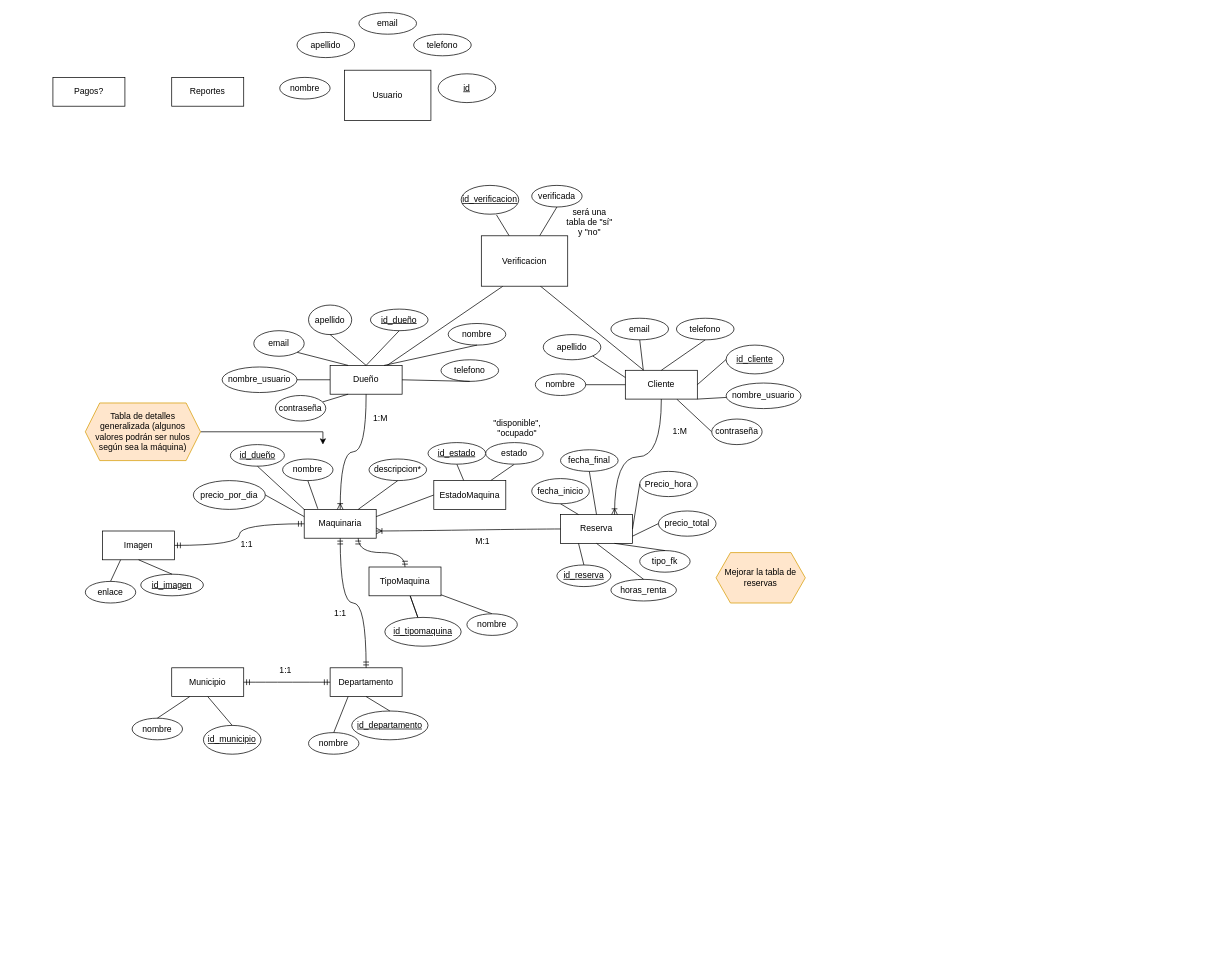
The draw.io diagram Borrador DiagramaER.drawio in JeanPicado/RepositorioPandas, before the edit. Source tidied: cells renumbered, new cells numbered last; positions are measured from the earlier drawing's top-left corner, leaving out a move shared by most shapes. Both pictures are drawn from the tidied source at 72%, with x=0, y=0 at pixel (53, 12).
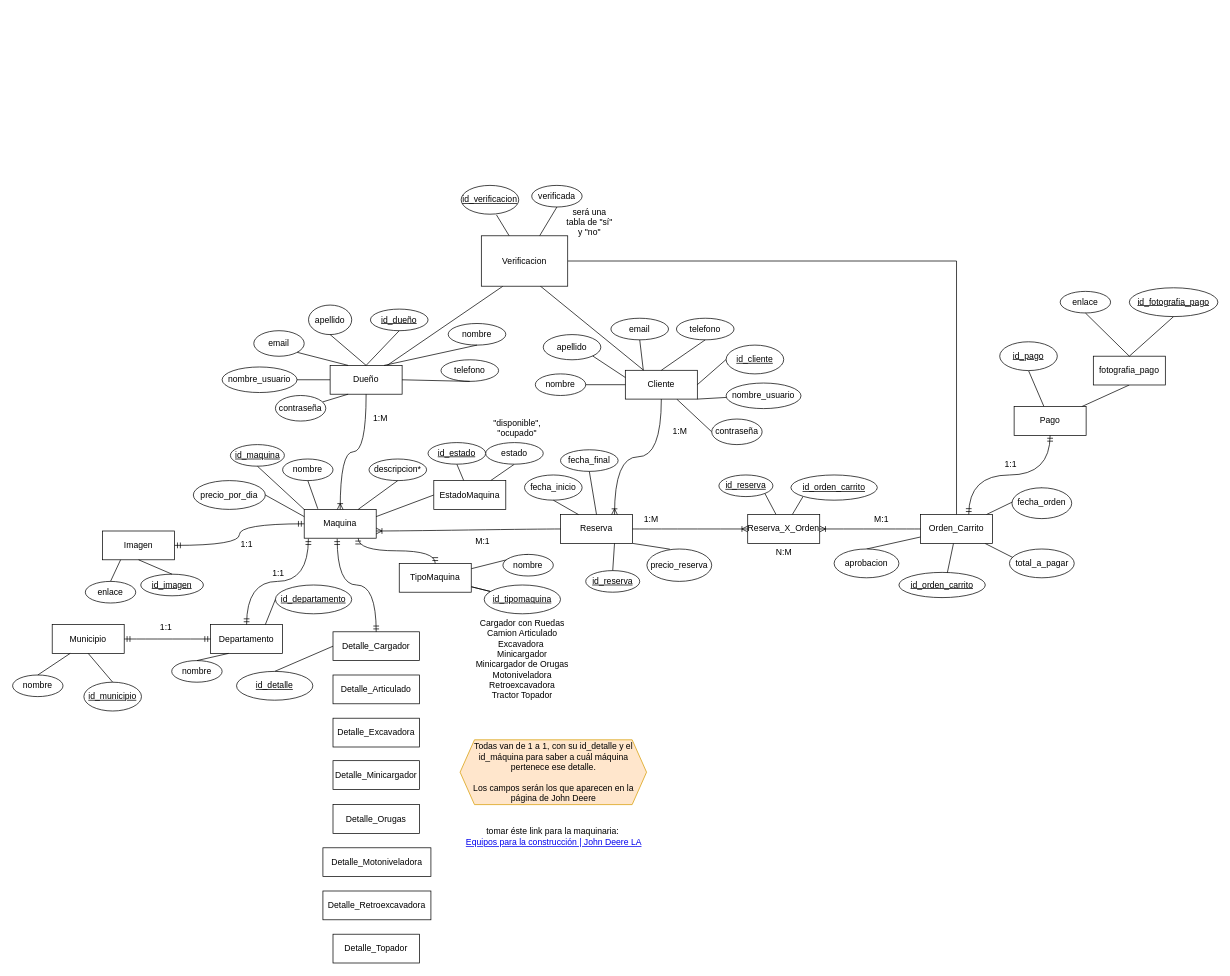
After the change.

Commit message:
Diagrama BD 1.0 Completo

Unchanged cells that the change refers to:
```xml
<mxCell id="11" value="Reserva" style="whiteSpace=wrap;html=1;align=center;" parent="1" vertex="1">
  <mxGeometry x="705" y="697.2" width="100" height="40" as="geometry" />
</mxCell>
<mxCell id="99" value="Verificacion" style="whiteSpace=wrap;html=1;align=center;" parent="1" vertex="1">
  <mxGeometry x="595" y="310" width="120" height="70" as="geometry" />
</mxCell>
```

What changed in the source:
```diff
@@
-    <mxCell id="8" value="Maquinaria" style="whiteSpace=wrap;html=1;align=center;" parent="1" vertex="1">
+    <mxCell id="8" value="Maquina" style="whiteSpace=wrap;html=1;align=center;" parent="1" vertex="1">
       <mxGeometry x="349" y="690" width="100" height="40" as="geometry" />
     </mxCell>
     <mxCell id="9" value="Municipio" style="whiteSpace=wrap;html=1;align=center;" parent="1" vertex="1">
-      <mxGeometry x="165" y="910" width="100" height="40" as="geometry" />
+      <mxGeometry x="-1" y="850" width="100" height="40" as="geometry" />
     </mxCell>
@@
-    <mxCell id="12" value="Reportes" style="whiteSpace=wrap;html=1;align=center;" parent="1" vertex="1">
-      <mxGeometry x="165" y="90" width="100" height="40" as="geometry" />
-    </mxCell>
@@
-    <mxCell id="24" value="Usuario" style="whiteSpace=wrap;html=1;align=center;" parent="1" vertex="1">
-      <mxGeometry x="405" y="80" width="120" height="70" as="geometry" />
-    </mxCell>
-    <mxCell id="25" value="id_dueño" style="ellipse;whiteSpace=wrap;html=1;align=center;fontStyle=4;" parent="1" vertex="1">
+    <mxCell id="25" value="id_maquina" style="ellipse;whiteSpace=wrap;html=1;align=center;fontStyle=4;" parent="1" vertex="1">
       <mxGeometry x="246.5" y="600" width="75" height="30" as="geometry" />
     </mxCell>
-    <mxCell id="26" value="nombre" style="ellipse;whiteSpace=wrap;html=1;align=center;" parent="1" vertex="1">
-      <mxGeometry x="315" y="90" width="70" height="30" as="geometry" />
-    </mxCell>
-    <mxCell id="27" value="apellido" style="ellipse;whiteSpace=wrap;html=1;align=center;" parent="1" vertex="1">
-      <mxGeometry x="339" y="27.5" width="80" height="35" as="geometry" />
-    </mxCell>
-    <mxCell id="28" value="email" style="ellipse;whiteSpace=wrap;html=1;align=center;" parent="1" vertex="1">
-      <mxGeometry x="425" width="80" height="30" as="geometry" />
-    </mxCell>
-    <mxCell id="29" value="telefono" style="ellipse;whiteSpace=wrap;html=1;align=center;" parent="1" vertex="1">
-      <mxGeometry x="501" y="30" width="80" height="30" as="geometry" />
-    </mxCell>
-    <mxCell id="30" value="id" style="ellipse;whiteSpace=wrap;html=1;align=center;fontStyle=4;" parent="1" vertex="1">
-      <mxGeometry x="535" y="85" width="80" height="40" as="geometry" />
-    </mxCell>
@@
     <mxCell id="33" value="nombre" style="ellipse;whiteSpace=wrap;html=1;align=center;" parent="1" vertex="1">
-      <mxGeometry x="110" y="980" width="70" height="30" as="geometry" />
+      <mxGeometry x="-56" y="920" width="70" height="30" as="geometry" />
     </mxCell>
     <mxCell id="34" value="id_municipio" style="ellipse;whiteSpace=wrap;html=1;align=center;fontStyle=4;" parent="1" vertex="1">
-      <mxGeometry x="209" y="990" width="80" height="40" as="geometry" />
+      <mxGeometry x="43" y="930" width="80" height="40" as="geometry" />
     </mxCell>
     <mxCell id="35" value="Departamento" style="whiteSpace=wrap;html=1;align=center;" parent="1" vertex="1">
-      <mxGeometry x="385" y="910" width="100" height="40" as="geometry" />
+      <mxGeometry x="219" y="850" width="100" height="40" as="geometry" />
     </mxCell>
     <mxCell id="36" value="nombre" style="ellipse;whiteSpace=wrap;html=1;align=center;" parent="1" vertex="1">
-      <mxGeometry x="355" y="1000" width="70" height="30" as="geometry" />
+      <mxGeometry x="165" y="900" width="70" height="30" as="geometry" />
     </mxCell>
     <mxCell id="37" value="id_departamento" style="ellipse;whiteSpace=wrap;html=1;align=center;fontStyle=4;" parent="1" vertex="1">
-      <mxGeometry x="415" y="970" width="106" height="40" as="geometry" />
+      <mxGeometry x="309" y="795" width="106" height="40" as="geometry" />
     </mxCell>
-    <mxCell id="38" value="horas_renta" style="ellipse;whiteSpace=wrap;html=1;align=center;" parent="1" vertex="1">
-      <mxGeometry x="775" y="787.2" width="91" height="30" as="geometry" />
-    </mxCell>
     <mxCell id="39" value="id_reserva" style="ellipse;whiteSpace=wrap;html=1;align=center;fontStyle=4;" parent="1" vertex="1">
-      <mxGeometry x="700" y="767.2" width="75" height="30" as="geometry" />
+      <mxGeometry x="740" y="775" width="75" height="30" as="geometry" />
     </mxCell>
     <mxCell id="40" value="fecha_inicio" style="ellipse;whiteSpace=wrap;html=1;align=center;" parent="1" vertex="1">
-      <mxGeometry x="665" y="647.2" width="80" height="35" as="geometry" />
+      <mxGeometry x="655" y="642.2" width="80" height="35" as="geometry" />
     </mxCell>
@@
-    <mxCell id="42" value="Precio_hora" style="ellipse;whiteSpace=wrap;html=1;align=center;" parent="1" vertex="1">
-      <mxGeometry x="815" y="637.2" width="80" height="35" as="geometry" />
-    </mxCell>
-    <mxCell id="43" value="tipo_fk" style="ellipse;whiteSpace=wrap;html=1;align=center;" parent="1" vertex="1">
-      <mxGeometry x="815" y="747.2" width="70" height="30" as="geometry" />
-    </mxCell>
-    <mxCell id="44" style="edgeStyle=orthogonalEdgeStyle;rounded=0;orthogonalLoop=1;jettySize=auto;html=1;exitX=0.5;exitY=1;exitDx=0;exitDy=0;" parent="1" edge="1" source="42" target="42">
-      <mxGeometry relative="1" as="geometry" />
+    <mxCell id="44" style="edgeStyle=orthogonalEdgeStyle;rounded=0;orthogonalLoop=1;jettySize=auto;html=1;exitX=0.5;exitY=1;exitDx=0;exitDy=0;" parent="1" edge="1">
+      <mxGeometry relative="1" as="geometry">
+        <mxPoint x="859" y="688.6" as="sourcePoint" />
+        <mxPoint x="859" y="688.6" as="targetPoint" />
+      </mxGeometry>
     </mxCell>
-    <mxCell id="45" value="precio_total" style="ellipse;whiteSpace=wrap;html=1;align=center;" parent="1" vertex="1">
-      <mxGeometry x="841" y="692.2" width="80" height="35" as="geometry" />
+    <mxCell id="45" value="precio_reserva" style="ellipse;whiteSpace=wrap;html=1;align=center;" parent="1" vertex="1">
+      <mxGeometry x="825" y="745" width="90" height="45" as="geometry" />
     </mxCell>
@@
-    <mxCell id="66" style="endArrow=none;html=1;rounded=0;exitX=1;exitY=0.5;exitDx=0;exitDy=0;entryX=0;entryY=0.5;entryDx=0;entryDy=0;" parent="1" edge="1" source="11" target="42">
-      <mxGeometry relative="1" as="geometry" />
-    </mxCell>
-    <mxCell id="67" style="endArrow=none;html=1;rounded=0;exitX=1;exitY=0.75;exitDx=0;exitDy=0;entryX=0;entryY=0.5;entryDx=0;entryDy=0;" parent="1" edge="1" source="11" target="45">
+    <mxCell id="67" style="endArrow=none;html=1;rounded=0;exitX=1;exitY=1;exitDx=0;exitDy=0;entryX=0.354;entryY=0.005;entryDx=0;entryDy=0;entryPerimeter=0;" parent="1" edge="1" source="11" target="45">
       <mxGeometry relative="1" as="geometry" />
     </mxCell>
-    <mxCell id="68" style="endArrow=none;html=1;rounded=0;exitX=0.75;exitY=1;exitDx=0;exitDy=0;entryX=0.5;entryY=0;entryDx=0;entryDy=0;" parent="1" edge="1" source="11" target="43">
-      <mxGeometry relative="1" as="geometry" />
-    </mxCell>
-    <mxCell id="69" style="endArrow=none;html=1;rounded=0;exitX=0.5;exitY=1;exitDx=0;exitDy=0;entryX=0.5;entryY=0;entryDx=0;entryDy=0;" parent="1" edge="1" source="11" target="38">
-      <mxGeometry relative="1" as="geometry" />
-    </mxCell>
-    <mxCell id="70" style="endArrow=none;html=1;rounded=0;exitX=0.25;exitY=1;exitDx=0;exitDy=0;entryX=0.5;entryY=0;entryDx=0;entryDy=0;" parent="1" edge="1" source="11" target="39">
+    <mxCell id="70" style="endArrow=none;html=1;rounded=0;exitX=0.75;exitY=1;exitDx=0;exitDy=0;entryX=0.5;entryY=0;entryDx=0;entryDy=0;" parent="1" edge="1" source="11" target="39">
       <mxGeometry relative="1" as="geometry" />
     </mxCell>
@@
-    <mxCell id="75" style="endArrow=none;html=1;rounded=0;entryX=0.5;entryY=1;entryDx=0;entryDy=0;exitX=0.5;exitY=0;exitDx=0;exitDy=0;" parent="1" edge="1" source="37" target="35">
-      <mxGeometry relative="1" as="geometry" />
+    <mxCell id="75" style="endArrow=none;html=1;rounded=0;exitX=0;exitY=0.5;exitDx=0;exitDy=0;" parent="1" edge="1" source="37">
+      <mxGeometry relative="1" as="geometry">
+        <mxPoint x="295" y="850" as="targetPoint" />
+      </mxGeometry>
     </mxCell>
@@
-    <mxCell id="77" style="edgeStyle=orthogonalEdgeStyle;fontSize=12;html=1;endArrow=ERmandOne;startArrow=ERmandOne;rounded=0;curved=1;exitX=0.5;exitY=0;exitDx=0;exitDy=0;entryX=0.5;entryY=1;entryDx=0;entryDy=0;" parent="1" edge="1" source="35" target="8">
+    <mxCell id="77" style="edgeStyle=orthogonalEdgeStyle;fontSize=12;html=1;endArrow=ERmandOne;startArrow=ERmandOne;rounded=0;curved=1;exitX=0.5;exitY=0;exitDx=0;exitDy=0;entryX=0.058;entryY=1.018;entryDx=0;entryDy=0;entryPerimeter=0;" parent="1" edge="1" source="35" target="8">
       <mxGeometry relative="1" as="geometry" />
     </mxCell>
     <mxCell id="78" value="1:1" style="text;strokeColor=none;fillColor=none;spacingLeft=4;spacingRight=4;overflow=hidden;fontSize=12;" parent="1" vertex="1">
-      <mxGeometry x="309" y="900" width="40" height="30" as="geometry" />
+      <mxGeometry x="143" y="840" width="40" height="30" as="geometry" />
     </mxCell>
     <mxCell id="79" value="1:1" style="text;strokeColor=none;fillColor=none;spacingLeft=4;spacingRight=4;overflow=hidden;fontSize=12;" parent="1" vertex="1">
-      <mxGeometry x="385" y="820" width="40" height="30" as="geometry" />
+      <mxGeometry x="299" y="765" width="40" height="30" as="geometry" />
     </mxCell>
@@
-    <mxCell id="88" style="edgeStyle=orthogonalEdgeStyle;rounded=0;jettySize=auto;html=1;" parent="1" edge="1" source="89">
-      <mxGeometry relative="1" as="geometry">
-        <mxPoint x="375" y="600" as="targetPoint" />
-        <Array as="points">
-          <mxPoint x="375" y="582" />
-        </Array>
-      </mxGeometry>
-    </mxCell>
-    <mxCell id="89" value="Tabla de detalles generalizada (algunos valores podrán ser nulos según sea la máquina)" style="shape=hexagon;perimeter=hexagonPerimeter2;whiteSpace=wrap;html=1;fixedSize=1;fillColor=#ffe6cc;strokeColor=#d79b00;" parent="1" vertex="1">
-      <mxGeometry x="45" y="542.2" width="160" height="80" as="geometry" />
-    </mxCell>
@@
     <mxCell id="93" value="TipoMaquina" style="whiteSpace=wrap;html=1;align=center;" parent="1" vertex="1">
-      <mxGeometry x="439" y="770" width="100" height="40" as="geometry" />
+      <mxGeometry x="481" y="765" width="100" height="40" as="geometry" />
     </mxCell>
@@
     <mxCell id="95" value="id_tipomaquina" style="ellipse;whiteSpace=wrap;html=1;align=center;fontStyle=4;" parent="1" vertex="1">
-      <mxGeometry x="461" y="840" width="106" height="40" as="geometry" />
+      <mxGeometry x="599" y="795" width="106" height="40" as="geometry" />
     </mxCell>
     <mxCell id="96" value="nombre" style="ellipse;whiteSpace=wrap;html=1;align=center;" parent="1" vertex="1">
-      <mxGeometry x="575" y="835" width="70" height="30" as="geometry" />
+      <mxGeometry x="625" y="752.5" width="70" height="30" as="geometry" />
     </mxCell>
@@
+    <mxCell id="118" style="edgeStyle=orthogonalEdgeStyle;rounded=0;jettySize=auto;html=1;entryX=0.5;entryY=0;entryDx=0;entryDy=0;endArrow=none;endFill=0;" parent="1" edge="1" source="99" target="125">
+      <mxGeometry relative="1" as="geometry" />
+    </mxCell>
@@
+    <mxCell id="119" style="rounded=0;jettySize=auto;html=1;entryX=0.5;entryY=1;entryDx=0;entryDy=0;endArrow=none;endFill=0;" parent="1" edge="1" source="116" target="137">
+      <mxGeometry relative="1" as="geometry" />
+    </mxCell>
+    <mxCell id="120" style="edgeStyle=none;rounded=0;jettySize=auto;html=1;entryX=0.5;entryY=1;entryDx=0;entryDy=0;endArrow=none;endFill=0;" parent="1" edge="1" source="116" target="138">
+      <mxGeometry relative="1" as="geometry" />
+    </mxCell>
-    <mxCell id="116" value="Pagos?" style="whiteSpace=wrap;html=1;align=center;" parent="1" vertex="1">
-      <mxGeometry y="90" width="100" height="40" as="geometry" />
+    <mxCell id="116" value="Pago" style="whiteSpace=wrap;html=1;align=center;" parent="1" vertex="1">
+      <mxGeometry x="1335" y="547.2" width="100" height="40" as="geometry" />
     </mxCell>
-    <mxCell id="117" value="Mejorar la tabla de reservas" style="shape=hexagon;perimeter=hexagonPerimeter2;whiteSpace=wrap;html=1;fixedSize=1;fillColor=#ffe6cc;strokeColor=#d79b00;" parent="1" vertex="1">
-      <mxGeometry x="921" y="750" width="124" height="70" as="geometry" />
-    </mxCell>
+    <mxCell id="121" style="edgeStyle=none;rounded=0;jettySize=auto;html=1;entryX=0.5;entryY=1;entryDx=0;entryDy=0;endArrow=none;endFill=0;" parent="1" edge="1" source="125" target="133">
+      <mxGeometry relative="1" as="geometry" />
+    </mxCell>
+    <mxCell id="122" style="edgeStyle=none;rounded=0;jettySize=auto;html=1;entryX=0.056;entryY=0.3;entryDx=0;entryDy=0;endArrow=none;endFill=0;entryPerimeter=0;" parent="1" edge="1" source="125" target="134">
+      <mxGeometry relative="1" as="geometry" />
+    </mxCell>
+    <mxCell id="123" style="edgeStyle=none;rounded=0;jettySize=auto;html=1;entryX=0.5;entryY=0;entryDx=0;entryDy=0;endArrow=none;endFill=0;" parent="1" edge="1" source="125" target="135">
+      <mxGeometry relative="1" as="geometry" />
+    </mxCell>
+    <mxCell id="124" style="edgeStyle=none;rounded=0;jettySize=auto;html=1;entryX=0.5;entryY=0;entryDx=0;entryDy=0;endArrow=none;endFill=0;" parent="1" edge="1" source="125" target="136">
+      <mxGeometry relative="1" as="geometry" />
+    </mxCell>
+    <mxCell id="125" value="Orden_Carrito" style="whiteSpace=wrap;html=1;align=center;" parent="1" vertex="1">
+      <mxGeometry x="1205" y="697.2" width="100" height="40" as="geometry" />
+    </mxCell>
+    <mxCell id="126" style="rounded=0;jettySize=auto;html=1;entryX=1;entryY=1;entryDx=0;entryDy=0;endArrow=none;endFill=0;" parent="1" edge="1" source="128" target="129">
+      <mxGeometry relative="1" as="geometry" />
+    </mxCell>
+    <mxCell id="127" style="edgeStyle=none;rounded=0;jettySize=auto;html=1;entryX=0;entryY=1;entryDx=0;entryDy=0;endArrow=none;endFill=0;" parent="1" edge="1" source="128" target="130">
+      <mxGeometry relative="1" as="geometry" />
+    </mxCell>
+    <mxCell id="128" value="Reserva_X_Orden" style="whiteSpace=wrap;html=1;align=center;" parent="1" vertex="1">
+      <mxGeometry x="965" y="697.2" width="100" height="40" as="geometry" />
+    </mxCell>
+    <mxCell id="129" value="id_reserva" style="ellipse;whiteSpace=wrap;html=1;align=center;fontStyle=4;" parent="1" vertex="1">
+      <mxGeometry x="925" y="642.2" width="75" height="30" as="geometry" />
+    </mxCell>
+    <mxCell id="130" value="id_orden_carrito" style="ellipse;whiteSpace=wrap;html=1;align=center;fontStyle=4;" parent="1" vertex="1">
+      <mxGeometry x="1025" y="642.2" width="120" height="35" as="geometry" />
+    </mxCell>
+    <mxCell id="131" style="edgeStyle=orthogonalEdgeStyle;fontSize=12;html=1;endArrow=ERoneToMany;rounded=0;exitX=1;exitY=0.5;exitDx=0;exitDy=0;curved=1;entryX=0;entryY=0.5;entryDx=0;entryDy=0;" parent="1" edge="1" source="11" target="128">
+      <mxGeometry relative="1" as="geometry" />
+    </mxCell>
+    <mxCell id="132" style="edgeStyle=orthogonalEdgeStyle;fontSize=12;html=1;endArrow=ERoneToMany;rounded=0;exitX=0;exitY=0.5;exitDx=0;exitDy=0;curved=1;entryX=1;entryY=0.5;entryDx=0;entryDy=0;" parent="1" edge="1" source="125" target="128">
+      <mxGeometry relative="1" as="geometry" />
+    </mxCell>
+    <mxCell id="133" value="id_orden_carrito" style="ellipse;whiteSpace=wrap;html=1;align=center;fontStyle=4;" parent="1" vertex="1">
+      <mxGeometry x="1175" y="777.5" width="120" height="35" as="geometry" />
+    </mxCell>
+    <mxCell id="134" value="total_a_pagar" style="ellipse;whiteSpace=wrap;html=1;align=center;" parent="1" vertex="1">
+      <mxGeometry x="1328.5" y="745" width="90" height="40" as="geometry" />
+    </mxCell>
+    <mxCell id="135" value="fecha_orden" style="ellipse;whiteSpace=wrap;html=1;align=center;" parent="1" vertex="1">
+      <mxGeometry x="1332" y="660" width="83" height="42.8" as="geometry" />
+    </mxCell>
+    <mxCell id="136" value="aprobacion" style="ellipse;whiteSpace=wrap;html=1;align=center;" parent="1" vertex="1">
+      <mxGeometry x="1085" y="745" width="90" height="40" as="geometry" />
+    </mxCell>
+    <mxCell id="137" value="id_pago" style="ellipse;whiteSpace=wrap;html=1;align=center;fontStyle=4;" parent="1" vertex="1">
+      <mxGeometry x="1315" y="457.2" width="80" height="40" as="geometry" />
+    </mxCell>
+    <mxCell id="138" value="fotografia_pago" style="whiteSpace=wrap;html=1;align=center;" parent="1" vertex="1">
+      <mxGeometry x="1445" y="477.2" width="100" height="40" as="geometry" />
+    </mxCell>
+    <mxCell id="139" value="enlace" style="ellipse;whiteSpace=wrap;html=1;align=center;" parent="1" vertex="1">
+      <mxGeometry x="1399" y="387.2" width="70" height="30" as="geometry" />
+    </mxCell>
+    <mxCell id="140" value="id_fotografia_pago" style="ellipse;whiteSpace=wrap;html=1;align=center;fontStyle=4;" parent="1" vertex="1">
+      <mxGeometry x="1495" y="382.2" width="123" height="40" as="geometry" />
+    </mxCell>
+    <mxCell id="141" style="endArrow=none;html=1;rounded=0;entryX=0.5;entryY=1;entryDx=0;entryDy=0;exitX=0.5;exitY=0;exitDx=0;exitDy=0;" parent="1" edge="1" source="138" target="139">
+      <mxGeometry relative="1" as="geometry" />
+    </mxCell>
+    <mxCell id="142" style="endArrow=none;html=1;rounded=0;entryX=0.5;entryY=1;entryDx=0;entryDy=0;exitX=0.5;exitY=0;exitDx=0;exitDy=0;" parent="1" edge="1" source="138" target="140">
+      <mxGeometry relative="1" as="geometry" />
+    </mxCell>
+    <mxCell id="143" style="edgeStyle=orthogonalEdgeStyle;fontSize=12;html=1;endArrow=ERmandOne;startArrow=ERmandOne;rounded=0;curved=1;exitX=0.67;exitY=-0.006;exitDx=0;exitDy=0;entryX=0.5;entryY=1;entryDx=0;entryDy=0;exitPerimeter=0;" parent="1" edge="1" source="125" target="116">
+      <mxGeometry relative="1" as="geometry" />
+    </mxCell>
+    <mxCell id="144" value="1:1" style="text;html=1;align=center;verticalAlign=middle;" parent="1" vertex="1">
+      <mxGeometry x="1315" y="617.2" width="30" height="20" as="geometry" />
+    </mxCell>
+    <mxCell id="145" value="N:M" style="text;html=1;align=center;verticalAlign=middle;" parent="1" vertex="1">
+      <mxGeometry x="995" y="740" width="40" height="20" as="geometry" />
+    </mxCell>
+    <mxCell id="146" value="1:M" style="text;strokeColor=none;fillColor=none;spacingLeft=4;spacingRight=4;overflow=hidden;fontSize=12;" parent="1" vertex="1">
+      <mxGeometry x="815" y="690" width="40" height="30" as="geometry" />
+    </mxCell>
+    <mxCell id="147" value="M:1" style="text;strokeColor=none;fillColor=none;spacingLeft=4;spacingRight=4;overflow=hidden;fontSize=12;" parent="1" vertex="1">
+      <mxGeometry x="1135" y="690" width="40" height="30" as="geometry" />
+    </mxCell>
+    <mxCell id="148" value="tomar éste link para la maquinaria:&amp;nbsp;&lt;br&gt;&lt;a href=&quot;https://www.deere.com/latin-america/es/construcci%C3%B3n/&quot;&gt;Equipos para la construcción | John Deere LA&lt;/a&gt;" style="text;html=1;strokeColor=none;fillColor=none;align=center;verticalAlign=middle;whiteSpace=wrap;rounded=0;" parent="1" vertex="1">
+      <mxGeometry x="549" y="1100" width="294" height="90" as="geometry" />
+    </mxCell>
+    <mxCell id="149" style="edgeStyle=none;rounded=0;jettySize=auto;html=1;entryX=0.5;entryY=0;entryDx=0;entryDy=0;endArrow=none;endFill=0;exitX=0;exitY=0.5;exitDx=0;exitDy=0;" parent="1" edge="1" source="150" target="159">
+      <mxGeometry relative="1" as="geometry" />
+    </mxCell>
+    <mxCell id="150" value="Detalle_Cargador" style="whiteSpace=wrap;html=1;align=center;" parent="1" vertex="1">
+      <mxGeometry x="389" y="860" width="120" height="40" as="geometry" />
+    </mxCell>
+    <mxCell id="151" value="Detalle_Motoniveladora" style="whiteSpace=wrap;html=1;align=center;" parent="1" vertex="1">
+      <mxGeometry x="375" y="1160" width="150" height="40" as="geometry" />
+    </mxCell>
+    <mxCell id="152" value="Detalle_Articulado" style="whiteSpace=wrap;html=1;align=center;" parent="1" vertex="1">
+      <mxGeometry x="389" y="920" width="120" height="40" as="geometry" />
+    </mxCell>
+    <mxCell id="153" value="Detalle_Excavadora" style="whiteSpace=wrap;html=1;align=center;" parent="1" vertex="1">
+      <mxGeometry x="389" y="980" width="120" height="40" as="geometry" />
+    </mxCell>
+    <mxCell id="154" value="Detalle_Minicargador" style="whiteSpace=wrap;html=1;align=center;" parent="1" vertex="1">
+      <mxGeometry x="389" y="1039" width="120" height="40" as="geometry" />
+    </mxCell>
+    <mxCell id="155" value="Detalle_Orugas" style="whiteSpace=wrap;html=1;align=center;" parent="1" vertex="1">
+      <mxGeometry x="389" y="1100" width="120" height="40" as="geometry" />
+    </mxCell>
+    <mxCell id="156" value="Detalle_Topador" style="whiteSpace=wrap;html=1;align=center;" parent="1" vertex="1">
+      <mxGeometry x="389" y="1280" width="120" height="40" as="geometry" />
+    </mxCell>
+    <mxCell id="157" value="Detalle_Retroexcavadora" style="whiteSpace=wrap;html=1;align=center;" parent="1" vertex="1">
+      <mxGeometry x="375" y="1220" width="150" height="40" as="geometry" />
+    </mxCell>
+    <mxCell id="158" value="Cargador con Ruedas&lt;br&gt;Camion Articulado&lt;br&gt;Excavadora&amp;nbsp;&lt;br&gt;Minicargador&lt;br&gt;Minicargador de Orugas&lt;br&gt;Motoniveladora&lt;br&gt;Retroexcavadora&lt;br&gt;Tractor Topador" style="text;html=1;strokeColor=none;fillColor=none;align=center;verticalAlign=middle;whiteSpace=wrap;rounded=0;" parent="1" vertex="1">
+      <mxGeometry x="578" y="835" width="148" height="125" as="geometry" />
+    </mxCell>
+    <mxCell id="159" value="id_detalle" style="ellipse;whiteSpace=wrap;html=1;align=center;fontStyle=4;" parent="1" vertex="1">
+      <mxGeometry x="255" y="915" width="106" height="40" as="geometry" />
+    </mxCell>
+    <mxCell id="160" style="edgeStyle=orthogonalEdgeStyle;fontSize=12;html=1;endArrow=ERmandOne;startArrow=ERmandOne;rounded=0;curved=1;exitX=0.5;exitY=0;exitDx=0;exitDy=0;entryX=0.458;entryY=1.018;entryDx=0;entryDy=0;entryPerimeter=0;" parent="1" edge="1" source="150" target="8">
+      <mxGeometry relative="1" as="geometry" />
+    </mxCell>
+    <mxCell id="161" value="Todas van de 1 a 1, con su id_detalle y el id_máquina para saber a cuál máquina pertenece ese detalle.&lt;br&gt;&lt;br&gt;Los campos serán los que aparecen en la página de John Deere" style="shape=hexagon;perimeter=hexagonPerimeter2;whiteSpace=wrap;html=1;fixedSize=1;fillColor=#ffe6cc;strokeColor=#d79b00;" parent="1" vertex="1">
+      <mxGeometry x="565.5" y="1010" width="259" height="90" as="geometry" />
+    </mxCell>
```
